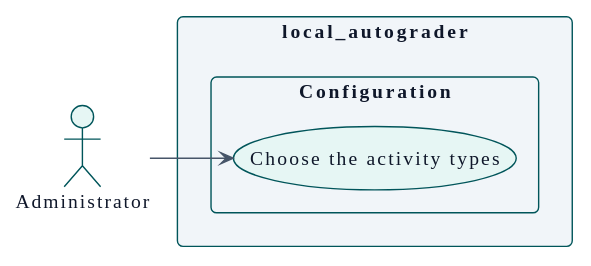
The PlantUML diagram docs/en/technical/requirements/use-cases-administrator.svg in didactika/moodle-local_autograder, before a commit.
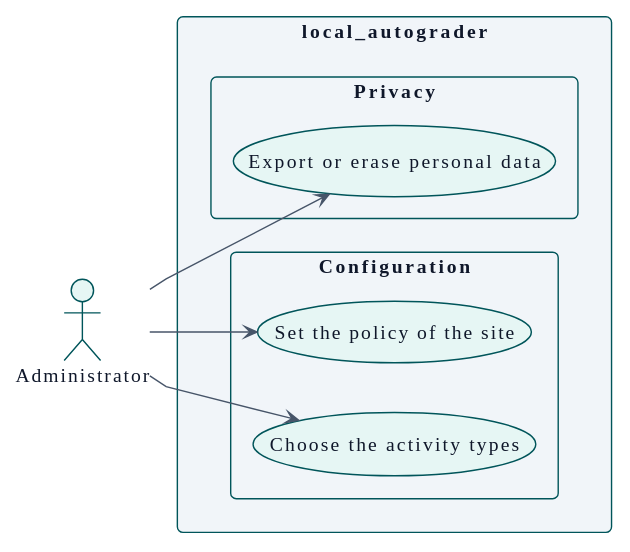
Above is the later version.

Change to the diagram source:
```diff
@@ -111,8 +111,14 @@
 rectangle "local_autograder" {
   package "Configuration" {
     usecase "Choose the activity types" as UC_chooseActivityTypes
+    usecase "Set the policy of the site" as UC_setSitePolicy
+  }
+  package "Privacy" {
+    usecase "Export or erase personal data" as UC_managePersonalData
   }
 }
 
 A_Administrator --> UC_chooseActivityTypes
+A_Administrator --> UC_setSitePolicy
+A_Administrator --> UC_managePersonalData
 @enduml
```
